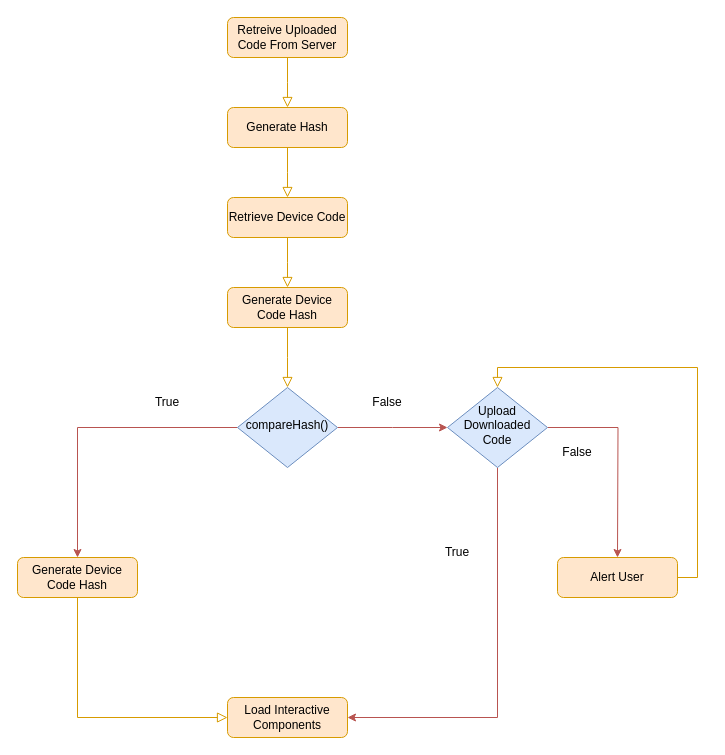
This is dissertation/Diagrams/Code Comparison Flowchart.drawio from cmurray95/Dissertation, a draw.io file, before an edit. Source tidied: cells renumbered, new cells numbered last; positions are measured from the earlier drawing's top-left corner, leaving out a move shared by most shapes. Both pictures are drawn from the tidied source at 100%, with x=0, y=0 at pixel (17, 17).
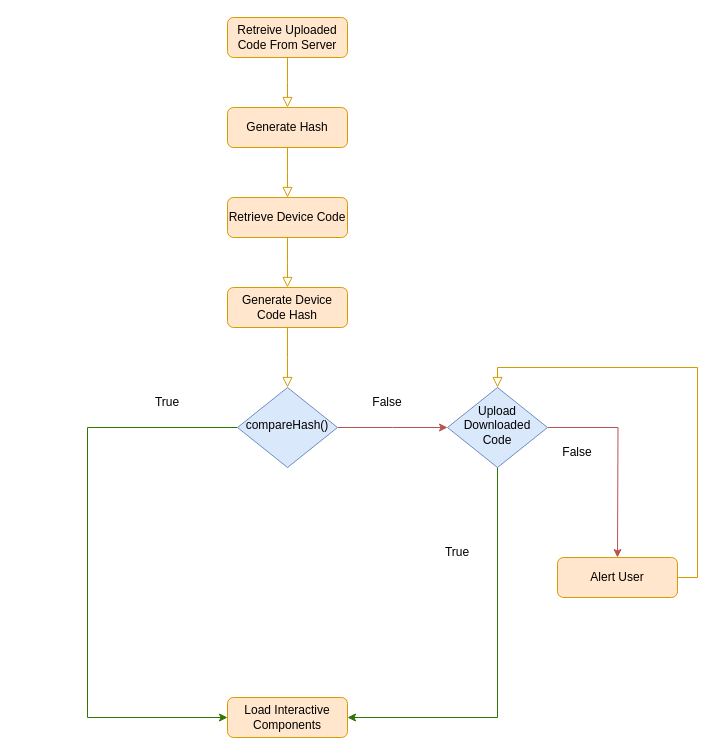
After the change.

Unchanged cells that the change refers to:
```xml
<mxCell id="12" value="compareHash()" style="rhombus;whiteSpace=wrap;html=1;shadow=0;fontFamily=Helvetica;fontSize=12;align=center;strokeWidth=1;spacing=6;spacingTop=-4;fillColor=#dae8fc;strokeColor=#6c8ebf;fontColor=#000000;" parent="1" vertex="1">
  <mxGeometry x="220" y="370" width="100" height="80" as="geometry" />
</mxCell>
<mxCell id="16" value="Upload Downloaded Code" style="rhombus;whiteSpace=wrap;html=1;shadow=0;fontFamily=Helvetica;fontSize=12;align=center;strokeWidth=1;spacing=6;spacingTop=-4;fillColor=#dae8fc;strokeColor=#6c8ebf;fontColor=#000000;" parent="1" vertex="1">
  <mxGeometry x="430" y="370" width="100" height="80" as="geometry" />
</mxCell>
<mxCell id="17" value="Load Interactive Components" style="rounded=1;whiteSpace=wrap;html=1;fontSize=12;glass=0;strokeWidth=1;shadow=0;fillColor=#ffe6cc;strokeColor=#d79b00;fontColor=#000000;" parent="1" vertex="1">
  <mxGeometry x="210" y="680" width="120" height="40" as="geometry" />
</mxCell>
```

The edit, as a diff of the source:
```diff
@@
-    <mxCell id="10" style="edgeStyle=orthogonalEdgeStyle;rounded=0;jettySize=auto;html=1;entryX=0.5;entryY=0;entryDx=0;entryDy=0;fillColor=#f8cecc;strokeColor=#b85450;fontColor=#000000;" parent="1" edge="1" source="12" target="13">
-      <mxGeometry relative="1" as="geometry" />
+    <mxCell id="10" style="edgeStyle=orthogonalEdgeStyle;rounded=0;jettySize=auto;html=1;entryX=0;entryY=0.5;entryDx=0;entryDy=0;fillColor=#60a917;strokeColor=#2D7600;fontColor=#000000;" parent="1" edge="1" source="12" target="17">
+      <mxGeometry relative="1" as="geometry">
+        <Array as="points">
+          <mxPoint x="70" y="410" />
+          <mxPoint x="70" y="700" />
+        </Array>
+      </mxGeometry>
     </mxCell>
@@
-    <mxCell id="13" value="Generate Device Code Hash" style="rounded=1;whiteSpace=wrap;html=1;fontSize=12;glass=0;strokeWidth=1;shadow=0;fillColor=#ffe6cc;strokeColor=#d79b00;fontColor=#000000;" parent="1" vertex="1">
-      <mxGeometry y="540" width="120" height="40" as="geometry" />
-    </mxCell>
-    <mxCell id="14" style="edgeStyle=orthogonalEdgeStyle;rounded=0;jettySize=auto;html=1;entryX=1;entryY=0.5;entryDx=0;entryDy=0;fillColor=#f8cecc;strokeColor=#b85450;fontColor=#000000;" parent="1" edge="1" source="16" target="17">
+    <mxCell id="14" style="edgeStyle=orthogonalEdgeStyle;rounded=0;jettySize=auto;html=1;entryX=1;entryY=0.5;entryDx=0;entryDy=0;fillColor=#60a917;strokeColor=#2D7600;fontColor=#000000;" parent="1" edge="1" source="16" target="17">
       <mxGeometry relative="1" as="geometry">
         <Array as="points">
           <mxPoint x="480" y="700" />
         </Array>
       </mxGeometry>
     </mxCell>
@@
-    <mxCell id="18" style="rounded=0;html=1;jettySize=auto;fontSize=11;endArrow=block;endFill=0;endSize=8;strokeWidth=1;shadow=0;labelBackgroundColor=none;edgeStyle=orthogonalEdgeStyle;exitX=0.5;exitY=1;exitDx=0;exitDy=0;fillColor=#ffe6cc;strokeColor=#d79b00;entryX=0;entryY=0.5;entryDx=0;entryDy=0;fontColor=#000000;" parent="1" edge="1" source="13" target="17">
-      <mxGeometry relative="1" as="geometry" />
-    </mxCell>
```
